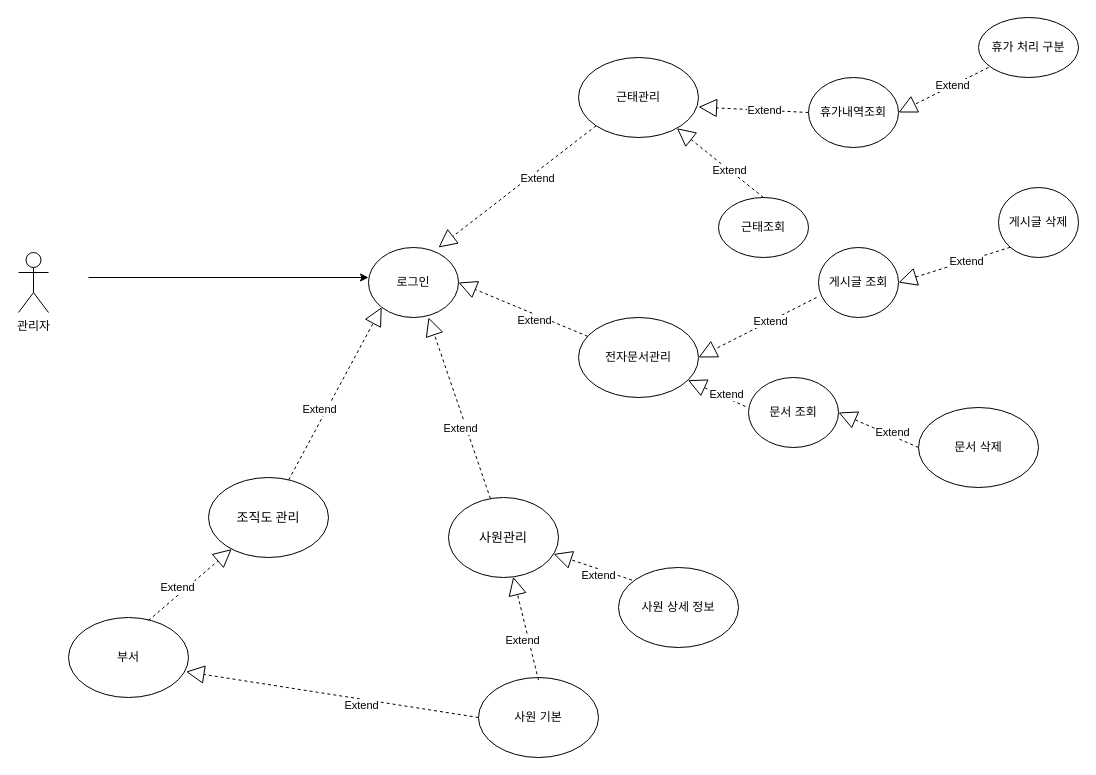
Before: document/Document Manage Diagram.drawio in iamheonil/KHSemiProject, a draw.io diagram. Source tidied: cells renumbered, new cells numbered last; positions are measured from the earlier drawing's top-left corner, leaving out a move shared by most shapes. Both pictures are drawn from the tidied source at 100%, with x=0, y=0 at pixel (18, 17).
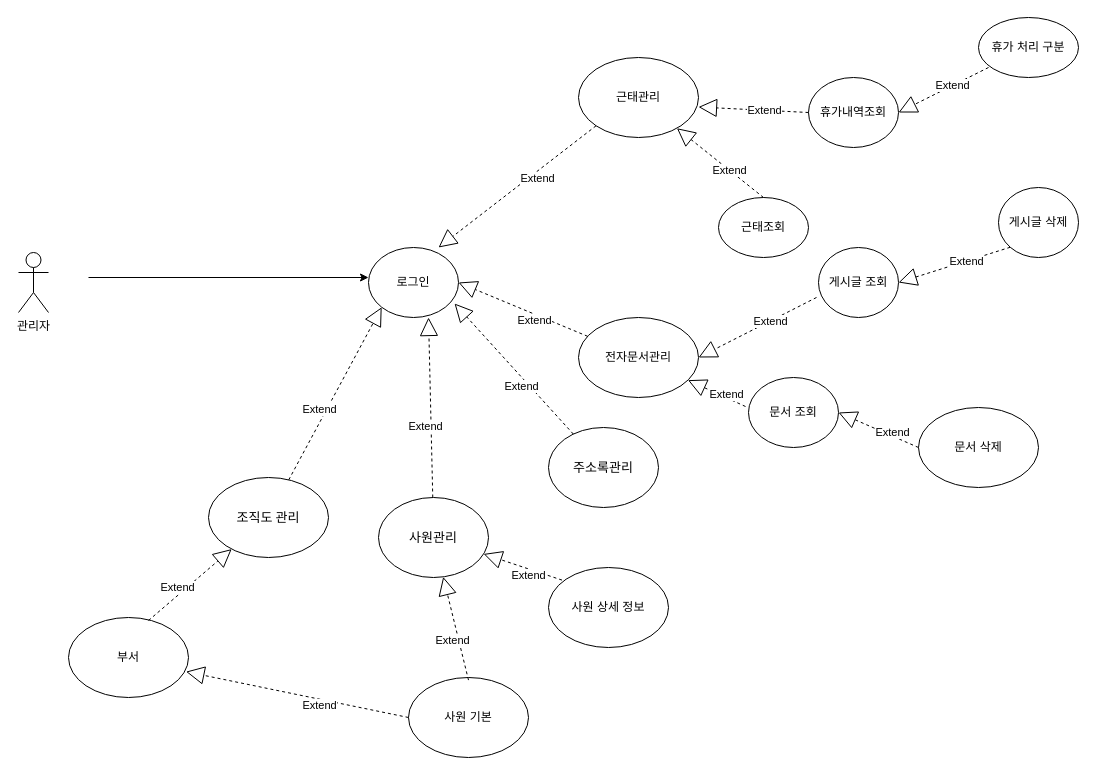
The same diagram, later.

The change refers to these unchanged cells:
```xml
<mxCell id="3" value="로그인" style="ellipse;whiteSpace=wrap;html=1;" parent="1" vertex="1">
  <mxGeometry x="350" y="230" width="90" height="70" as="geometry" />
</mxCell>
```

Change to the diagram source:
```diff
@@
     <mxCell id="4" value="&lt;span style=&quot;font-family: &amp;#34;roboto&amp;#34; , &amp;#34;robotodraft&amp;#34; , &amp;#34;helvetica&amp;#34; , &amp;#34;arial&amp;#34; , sans-serif ; font-size: 13px ; background-color: rgb(255 , 255 , 255)&quot;&gt;사원관리&lt;/span&gt;" style="ellipse;whiteSpace=wrap;html=1;" parent="1" vertex="1">
-      <mxGeometry x="430" y="480" width="110" height="80" as="geometry" />
+      <mxGeometry x="360" y="480" width="110" height="80" as="geometry" />
     </mxCell>
@@
     <mxCell id="14" value="사원 기본" style="ellipse;whiteSpace=wrap;html=1;" parent="1" vertex="1">
-      <mxGeometry x="460" y="660" width="120" height="80" as="geometry" />
+      <mxGeometry x="390" y="660" width="120" height="80" as="geometry" />
     </mxCell>
     <mxCell id="15" value="사원 상세 정보" style="ellipse;whiteSpace=wrap;html=1;" parent="1" vertex="1">
-      <mxGeometry x="600" y="550" width="120" height="80" as="geometry" />
+      <mxGeometry x="530" y="550" width="120" height="80" as="geometry" />
     </mxCell>
     <mxCell id="16" value="Extend" style="endArrow=block;endSize=16;endFill=0;html=1;dashed=1;" parent="1" edge="1" target="4">
       <mxGeometry x="-0.21" y="6" relative="1" as="geometry">
-        <mxPoint x="520" y="662.6" as="sourcePoint" />
+        <mxPoint x="450" y="662.6" as="sourcePoint" />
       </mxGeometry>
     </mxCell>
     <mxCell id="17" value="Extend" style="endArrow=block;endSize=16;endFill=0;html=1;dashed=1;" parent="1" edge="1" target="4">
       <mxGeometry x="-0.21" y="6" relative="1" as="geometry">
-        <mxPoint x="613.5" y="562.6" as="sourcePoint" />
+        <mxPoint x="543.5" y="562.6" as="sourcePoint" />
       </mxGeometry>
     </mxCell>
@@
+    <mxCell id="34" value="&lt;span style=&quot;font-family: &amp;#34;roboto&amp;#34; , &amp;#34;robotodraft&amp;#34; , &amp;#34;helvetica&amp;#34; , &amp;#34;arial&amp;#34; , sans-serif ; font-size: 13px ; background-color: rgb(255 , 255 , 255)&quot;&gt;주소록관리&lt;/span&gt;" style="ellipse;whiteSpace=wrap;html=1;" parent="1" vertex="1">
+      <mxGeometry x="530" y="410" width="110" height="80" as="geometry" />
+    </mxCell>
+    <mxCell id="35" value="Extend" style="endArrow=block;endSize=16;endFill=0;html=1;dashed=1;entryX=0.956;entryY=0.8;entryDx=0;entryDy=0;entryPerimeter=0;" parent="1" edge="1" source="34" target="3">
+      <mxGeometry x="-0.21" y="6" relative="1" as="geometry" />
+    </mxCell>
```
